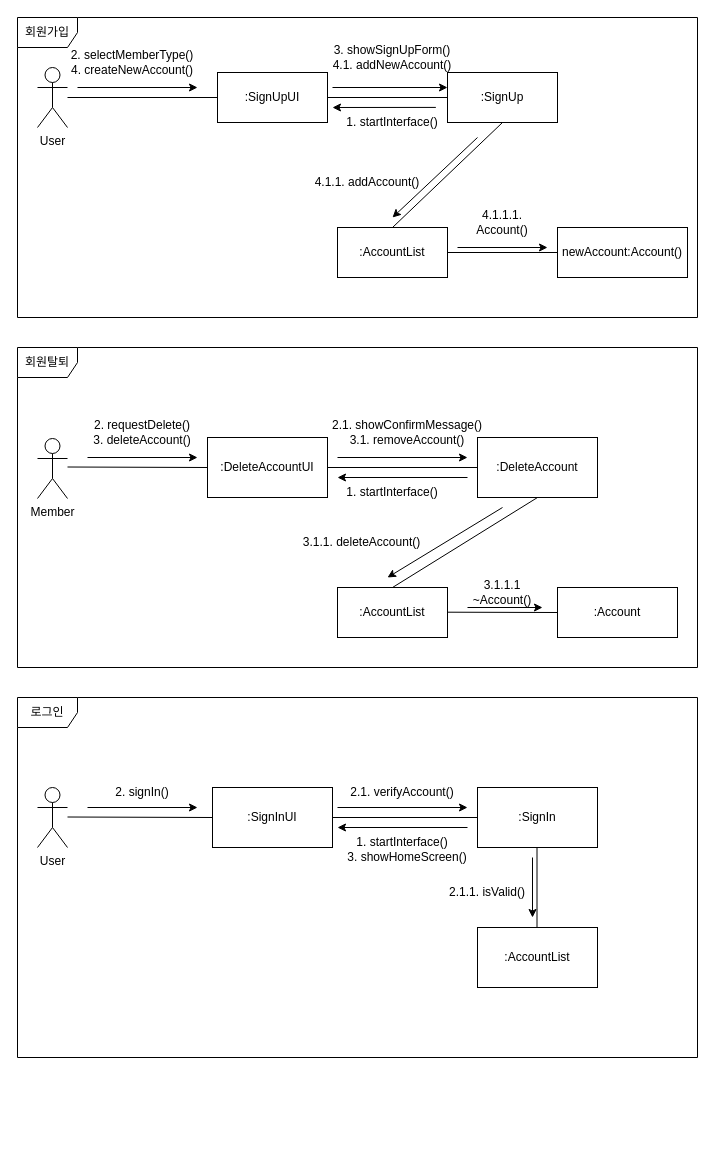
KimTaemin-Git/SE2 keeps this draw.io diagram as page "cd-1" (1 of 2) of user-auth/user-auth-diagram.drawio. Above is the earlier version. Source tidied: cells renumbered, new cells numbered last; positions are measured from the earlier drawing's top-left corner, leaving out a move shared by most shapes. Both pictures are drawn from the tidied source at 100%, with x=0, y=0 at pixel (17, 17).
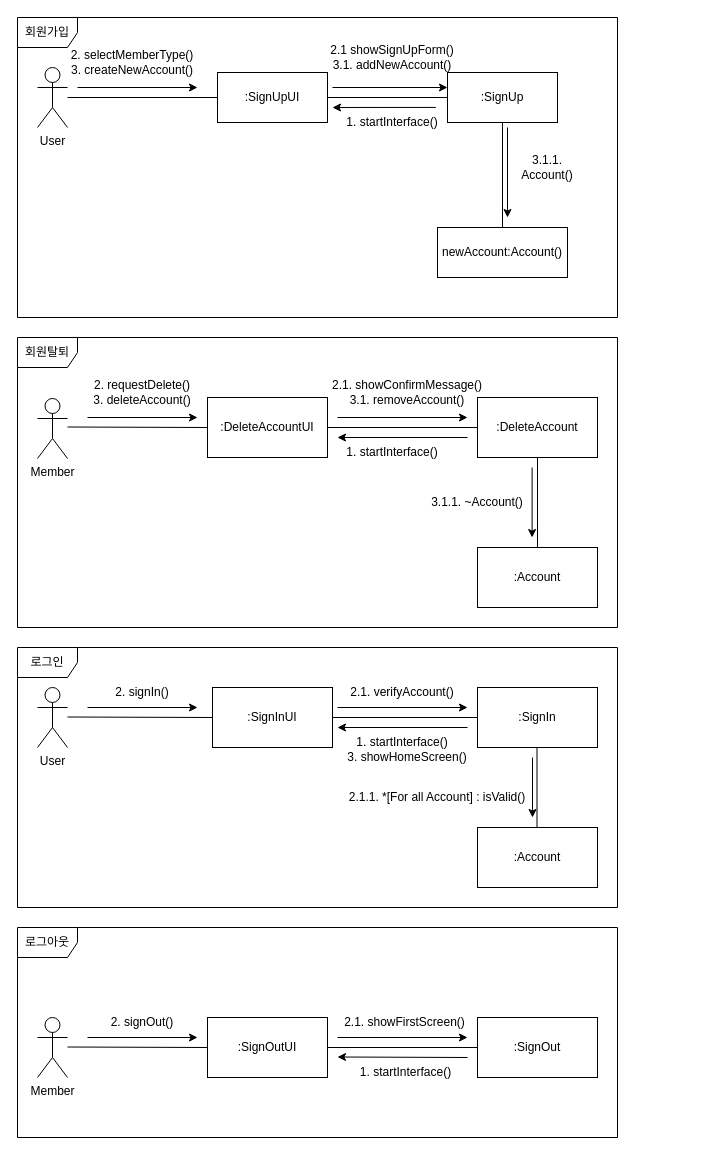
After the change.

The change refers to these unchanged cells:
```xml
<mxCell id="13" value=":SignUp" style="html=1;whiteSpace=wrap;" parent="1" vertex="1">
  <mxGeometry x="430" y="55" width="110" height="50" as="geometry" />
</mxCell>
```

Diff of the diagram source:
```diff
@@
     <mxCell id="2" value="User" style="shape=umlActor;verticalLabelPosition=bottom;verticalAlign=top;html=1;" parent="1" vertex="1">
-      <mxGeometry x="20" y="770" width="30" height="60" as="geometry" />
+      <mxGeometry x="20" y="670" width="30" height="60" as="geometry" />
     </mxCell>
     <mxCell id="3" value=":SignInUI" style="rounded=0;whiteSpace=wrap;html=1;" parent="1" vertex="1">
-      <mxGeometry x="195" y="770" width="120" height="60" as="geometry" />
+      <mxGeometry x="195" y="670" width="120" height="60" as="geometry" />
     </mxCell>
     <mxCell id="4" value=":SignIn" style="rounded=0;whiteSpace=wrap;html=1;" parent="1" vertex="1">
-      <mxGeometry x="460" y="770" width="120" height="60" as="geometry" />
+      <mxGeometry x="460" y="670" width="120" height="60" as="geometry" />
     </mxCell>
     <mxCell id="5" style="endArrow=none;html=1;rounded=0;entryX=0;entryY=0.5;entryDx=0;entryDy=0;" parent="1" edge="1" target="3">
       <mxGeometry relative="1" as="geometry">
-        <mxPoint x="50" y="799.5" as="sourcePoint" />
+        <mxPoint x="50" y="699.5" as="sourcePoint" />
       </mxGeometry>
     </mxCell>
@@
     <mxCell id="7" style="endArrow=classic;html=1;rounded=0;" parent="1" edge="1">
       <mxGeometry relative="1" as="geometry">
-        <mxPoint x="70" y="790" as="sourcePoint" />
-        <mxPoint x="180" y="790" as="targetPoint" />
+        <mxPoint x="70" y="690" as="sourcePoint" />
+        <mxPoint x="180" y="690" as="targetPoint" />
       </mxGeometry>
     </mxCell>
     <mxCell id="8" style="endArrow=classic;html=1;rounded=0;" parent="1" edge="1">
       <mxGeometry relative="1" as="geometry">
-        <mxPoint x="320" y="790" as="sourcePoint" />
-        <mxPoint x="450" y="790" as="targetPoint" />
+        <mxPoint x="320" y="690" as="sourcePoint" />
+        <mxPoint x="450" y="690" as="targetPoint" />
       </mxGeometry>
     </mxCell>
     <mxCell id="9" style="endArrow=classic;html=1;rounded=0;" parent="1" edge="1">
       <mxGeometry relative="1" as="geometry">
-        <mxPoint x="450" y="810" as="sourcePoint" />
-        <mxPoint x="320" y="810" as="targetPoint" />
+        <mxPoint x="450" y="710" as="sourcePoint" />
+        <mxPoint x="320" y="710" as="targetPoint" />
       </mxGeometry>
     </mxCell>
     <mxCell id="10" value="로그인" style="shape=umlFrame;whiteSpace=wrap;html=1;" parent="1" vertex="1">
-      <mxGeometry y="680" width="680" height="360" as="geometry" />
+      <mxGeometry y="630" width="600" height="260" as="geometry" />
     </mxCell>
@@
     <mxCell id="14" value="newAccount:Account()" style="html=1;whiteSpace=wrap;" parent="1" vertex="1">
-      <mxGeometry x="540" y="210" width="130" height="50" as="geometry" />
+      <mxGeometry x="420" y="210" width="130" height="50" as="geometry" />
     </mxCell>
@@
+    <mxCell id="59" style="endArrow=none;html=1;rounded=0;exitX=0.5;exitY=0;exitDx=0;exitDy=0;entryX=0.5;entryY=1;entryDx=0;entryDy=0;" parent="1" edge="1" source="14" target="13">
+      <mxGeometry relative="1" as="geometry" />
+    </mxCell>
@@
+    <mxCell id="60" style="endArrow=classic;html=1;rounded=0;" parent="1" edge="1">
+      <mxGeometry relative="1" as="geometry">
+        <mxPoint x="490" y="110" as="sourcePoint" />
+        <mxPoint x="490" y="200" as="targetPoint" />
+      </mxGeometry>
+    </mxCell>
-    <mxCell id="19" value="2. selectMemberType()&lt;br&gt;4. createNewAccount()" style="text;html=1;strokeColor=none;fillColor=none;align=center;verticalAlign=middle;whiteSpace=wrap;rounded=0;" parent="1" vertex="1">
+    <mxCell id="19" value="2. selectMemberType()&lt;br&gt;3. createNewAccount()" style="text;html=1;strokeColor=none;fillColor=none;align=center;verticalAlign=middle;whiteSpace=wrap;rounded=0;" parent="1" vertex="1">
       <mxGeometry x="50" y="30" width="130" height="30" as="geometry" />
     </mxCell>
-    <mxCell id="20" value="3. showSignUpForm()&lt;br&gt;4.1. addNewAccount()" style="text;html=1;strokeColor=none;fillColor=none;align=center;verticalAlign=middle;whiteSpace=wrap;rounded=0;" parent="1" vertex="1">
+    <mxCell id="20" value="2.1 showSignUpForm()&lt;br&gt;3.1. addNewAccount()" style="text;html=1;strokeColor=none;fillColor=none;align=center;verticalAlign=middle;whiteSpace=wrap;rounded=0;" parent="1" vertex="1">
       <mxGeometry x="285" y="25" width="180" height="30" as="geometry" />
     </mxCell>
-    <mxCell id="21" value="4.1.1.1. Account()" style="text;html=1;strokeColor=none;fillColor=none;align=center;verticalAlign=middle;whiteSpace=wrap;rounded=0;" parent="1" vertex="1">
-      <mxGeometry x="455" y="190" width="60" height="30" as="geometry" />
+    <mxCell id="21" value="3.1.1. Account()" style="text;html=1;strokeColor=none;fillColor=none;align=center;verticalAlign=middle;whiteSpace=wrap;rounded=0;" parent="1" vertex="1">
+      <mxGeometry x="500" y="135" width="60" height="30" as="geometry" />
     </mxCell>
     <mxCell id="22" value="회원가입" style="shape=umlFrame;whiteSpace=wrap;html=1;" parent="1" vertex="1">
-      <mxGeometry width="680" height="300" as="geometry" />
+      <mxGeometry width="600" height="300" as="geometry" />
     </mxCell>
     <mxCell id="23" value="Member" style="shape=umlActor;verticalLabelPosition=bottom;verticalAlign=top;html=1;" parent="1" vertex="1">
-      <mxGeometry x="20" y="421" width="30" height="60" as="geometry" />
+      <mxGeometry x="20" y="381" width="30" height="60" as="geometry" />
     </mxCell>
     <mxCell id="24" value=":DeleteAccountUI" style="rounded=0;whiteSpace=wrap;html=1;" parent="1" vertex="1">
-      <mxGeometry x="190" y="420" width="120" height="60" as="geometry" />
+      <mxGeometry x="190" y="380" width="120" height="60" as="geometry" />
     </mxCell>
     <mxCell id="25" value=":DeleteAccount" style="rounded=0;whiteSpace=wrap;html=1;" parent="1" vertex="1">
-      <mxGeometry x="460" y="420" width="120" height="60" as="geometry" />
+      <mxGeometry x="460" y="380" width="120" height="60" as="geometry" />
     </mxCell>
     <mxCell id="26" value=":Account" style="rounded=0;whiteSpace=wrap;html=1;" parent="1" vertex="1">
-      <mxGeometry x="540" y="570" width="120" height="50" as="geometry" />
+      <mxGeometry x="460" y="530" width="120" height="60" as="geometry" />
     </mxCell>
     <mxCell id="27" style="endArrow=none;html=1;rounded=0;entryX=0;entryY=0.5;entryDx=0;entryDy=0;" parent="1" edge="1" target="24">
       <mxGeometry relative="1" as="geometry">
-        <mxPoint x="50" y="449.5" as="sourcePoint" />
+        <mxPoint x="50" y="409.5" as="sourcePoint" />
       </mxGeometry>
     </mxCell>
@@
+    <mxCell id="61" style="endArrow=none;html=1;rounded=0;exitX=0.5;exitY=0;exitDx=0;exitDy=0;entryX=0.5;entryY=1;entryDx=0;entryDy=0;" parent="1" edge="1" source="26" target="25">
+      <mxGeometry relative="1" as="geometry" />
+    </mxCell>
     <mxCell id="29" style="endArrow=classic;html=1;rounded=0;" parent="1" edge="1">
       <mxGeometry relative="1" as="geometry">
-        <mxPoint x="70" y="440" as="sourcePoint" />
-        <mxPoint x="180" y="440" as="targetPoint" />
+        <mxPoint x="70" y="400" as="sourcePoint" />
+        <mxPoint x="180" y="400" as="targetPoint" />
       </mxGeometry>
     </mxCell>
     <mxCell id="30" style="endArrow=classic;html=1;rounded=0;" parent="1" edge="1">
       <mxGeometry relative="1" as="geometry">
-        <mxPoint x="320" y="440" as="sourcePoint" />
-        <mxPoint x="450" y="440" as="targetPoint" />
+        <mxPoint x="320" y="400" as="sourcePoint" />
+        <mxPoint x="450" y="400" as="targetPoint" />
       </mxGeometry>
     </mxCell>
     <mxCell id="31" style="endArrow=classic;html=1;rounded=0;" parent="1" edge="1">
       <mxGeometry relative="1" as="geometry">
-        <mxPoint x="450" y="460" as="sourcePoint" />
-        <mxPoint x="320" y="460" as="targetPoint" />
+        <mxPoint x="450" y="420" as="sourcePoint" />
+        <mxPoint x="320" y="420" as="targetPoint" />
       </mxGeometry>
     </mxCell>
     <mxCell id="32" style="endArrow=classic;html=1;rounded=0;" parent="1" edge="1">
       <mxGeometry relative="1" as="geometry">
-        <mxPoint x="450" y="590" as="sourcePoint" />
-        <mxPoint x="525" y="590" as="targetPoint" />
+        <mxPoint x="514.6" y="450" as="sourcePoint" />
+        <mxPoint x="514.6" y="520" as="targetPoint" />
       </mxGeometry>
     </mxCell>
     <mxCell id="33" value="회원탈퇴" style="shape=umlFrame;whiteSpace=wrap;html=1;" parent="1" vertex="1">
-      <mxGeometry y="330" width="680" height="320" as="geometry" />
+      <mxGeometry y="320" width="600" height="290" as="geometry" />
     </mxCell>
     <mxCell id="34" value="2. requestDelete()&lt;br&gt;3. deleteAccount()" style="text;html=1;strokeColor=none;fillColor=none;align=center;verticalAlign=middle;whiteSpace=wrap;rounded=0;" parent="1" vertex="1">
-      <mxGeometry x="60" y="400" width="130" height="30" as="geometry" />
+      <mxGeometry x="60" y="360" width="130" height="30" as="geometry" />
     </mxCell>
     <mxCell id="35" value="2.1. showConfirmMessage()&lt;br&gt;3.1. removeAccount()" style="text;html=1;strokeColor=none;fillColor=none;align=center;verticalAlign=middle;whiteSpace=wrap;rounded=0;" parent="1" vertex="1">
-      <mxGeometry x="310" y="400" width="160" height="30" as="geometry" />
+      <mxGeometry x="310" y="360" width="160" height="30" as="geometry" />
     </mxCell>
-    <mxCell id="36" value="3.1.1.1 ~Account()" style="text;html=1;strokeColor=none;fillColor=none;align=center;verticalAlign=middle;whiteSpace=wrap;rounded=0;" parent="1" vertex="1">
-      <mxGeometry x="435" y="560" width="100" height="30" as="geometry" />
+    <mxCell id="36" value="3.1.1. ~Account()" style="text;html=1;strokeColor=none;fillColor=none;align=center;verticalAlign=middle;whiteSpace=wrap;rounded=0;" parent="1" vertex="1">
+      <mxGeometry x="410" y="470" width="100" height="30" as="geometry" />
     </mxCell>
     <mxCell id="37" value="2. signIn()" style="text;html=1;strokeColor=none;fillColor=none;align=center;verticalAlign=middle;whiteSpace=wrap;rounded=0;" parent="1" vertex="1">
-      <mxGeometry x="80" y="760" width="90" height="30" as="geometry" />
+      <mxGeometry x="80" y="660" width="90" height="30" as="geometry" />
     </mxCell>
     <mxCell id="38" value="2.1. verifyAccount()" style="text;html=1;strokeColor=none;fillColor=none;align=center;verticalAlign=middle;whiteSpace=wrap;rounded=0;" parent="1" vertex="1">
-      <mxGeometry x="310" y="760" width="150" height="30" as="geometry" />
+      <mxGeometry x="310" y="660" width="150" height="30" as="geometry" />
     </mxCell>
     <mxCell id="39" value="3. showHomeScreen()" style="text;html=1;strokeColor=none;fillColor=none;align=center;verticalAlign=middle;whiteSpace=wrap;rounded=0;" parent="1" vertex="1">
-      <mxGeometry x="315" y="830" width="150" height="20" as="geometry" />
+      <mxGeometry x="315" y="730" width="150" height="20" as="geometry" />
     </mxCell>
     <mxCell id="40" value="1. startInterface()" style="text;html=1;strokeColor=none;fillColor=none;align=center;verticalAlign=middle;whiteSpace=wrap;rounded=0;" parent="1" vertex="1">
-      <mxGeometry x="310" y="810" width="150" height="30" as="geometry" />
+      <mxGeometry x="310" y="710" width="150" height="30" as="geometry" />
     </mxCell>
@@
     <mxCell id="42" value="1. startInterface()" style="text;html=1;strokeColor=none;fillColor=none;align=center;verticalAlign=middle;whiteSpace=wrap;rounded=0;" parent="1" vertex="1">
-      <mxGeometry x="300" y="460" width="150" height="30" as="geometry" />
+      <mxGeometry x="300" y="420" width="150" height="30" as="geometry" />
     </mxCell>
@@
-    <mxCell id="44" value=":AccountList" style="rounded=0;whiteSpace=wrap;html=1;" parent="1" vertex="1">
-      <mxGeometry x="460" y="910" width="120" height="60" as="geometry" />
+    <mxCell id="44" value=":Account" style="rounded=0;whiteSpace=wrap;html=1;" parent="1" vertex="1">
+      <mxGeometry x="460" y="810" width="120" height="60" as="geometry" />
     </mxCell>
     <mxCell id="45" style="endArrow=none;html=1;rounded=0;entryX=0.5;entryY=1;entryDx=0;entryDy=0;" parent="1" edge="1">
       <mxGeometry relative="1" as="geometry">
-        <mxPoint x="519.5" y="910" as="sourcePoint" />
-        <mxPoint x="519.5" y="830" as="targetPoint" />
+        <mxPoint x="519.5" y="810" as="sourcePoint" />
+        <mxPoint x="519.5" y="730" as="targetPoint" />
       </mxGeometry>
     </mxCell>
-    <mxCell id="46" value="2.1.1. isValid()" style="text;html=1;strokeColor=none;fillColor=none;align=center;verticalAlign=middle;whiteSpace=wrap;rounded=0;" parent="1" vertex="1">
-      <mxGeometry x="370" y="860" width="200" height="30" as="geometry" />
+    <mxCell id="46" value="2.1.1. *[For all Account] : isValid()" style="text;html=1;strokeColor=none;fillColor=none;align=center;verticalAlign=middle;whiteSpace=wrap;rounded=0;" parent="1" vertex="1">
+      <mxGeometry x="320" y="770" width="200" height="20" as="geometry" />
     </mxCell>
     <mxCell id="47" style="endArrow=classic;html=1;rounded=0;" parent="1" edge="1">
       <mxGeometry relative="1" as="geometry">
-        <mxPoint x="515" y="840" as="sourcePoint" />
-        <mxPoint x="515" y="900" as="targetPoint" />
+        <mxPoint x="515" y="740" as="sourcePoint" />
+        <mxPoint x="515" y="800" as="targetPoint" />
       </mxGeometry>
     </mxCell>
-    <mxCell id="48" value=":AccountList" style="html=1;whiteSpace=wrap;" parent="1" vertex="1">
-      <mxGeometry x="320" y="210" width="110" height="50" as="geometry" />
-    </mxCell>
-    <mxCell id="49" style="endArrow=classic;html=1;rounded=0;" parent="1" edge="1">
-      <mxGeometry relative="1" as="geometry">
-        <mxPoint x="460" y="120" as="sourcePoint" />
-        <mxPoint x="375" y="200" as="targetPoint" />
-      </mxGeometry>
-    </mxCell>
-    <mxCell id="50" style="endArrow=none;html=1;rounded=0;exitX=0.5;exitY=0;exitDx=0;exitDy=0;" parent="1" edge="1" source="48">
-      <mxGeometry relative="1" as="geometry">
-        <mxPoint x="485" y="105" as="targetPoint" />
-      </mxGeometry>
-    </mxCell>
-    <mxCell id="51" value="4.1.1. addAccount()" style="text;html=1;strokeColor=none;fillColor=none;align=center;verticalAlign=middle;whiteSpace=wrap;rounded=0;" parent="1" vertex="1">
-      <mxGeometry x="290" y="150" width="120" height="30" as="geometry" />
-    </mxCell>
-    <mxCell id="52" value=":AccountList" style="html=1;whiteSpace=wrap;" parent="1" vertex="1">
-      <mxGeometry x="320" y="570" width="110" height="50" as="geometry" />
-    </mxCell>
-    <mxCell id="53" style="endArrow=none;html=1;rounded=0;exitX=0.5;exitY=0;exitDx=0;exitDy=0;" parent="1" edge="1" source="52">
-      <mxGeometry relative="1" as="geometry">
-        <mxPoint x="520" y="480" as="targetPoint" />
-      </mxGeometry>
-    </mxCell>
-    <mxCell id="54" style="endArrow=classic;html=1;rounded=0;" parent="1" edge="1">
-      <mxGeometry relative="1" as="geometry">
-        <mxPoint x="485" y="490" as="sourcePoint" />
-        <mxPoint x="370" y="560" as="targetPoint" />
-      </mxGeometry>
-    </mxCell>
-    <mxCell id="55" value="3.1.1. deleteAccount()" style="text;html=1;strokeColor=none;fillColor=none;align=center;verticalAlign=middle;whiteSpace=wrap;rounded=0;" parent="1" vertex="1">
-      <mxGeometry x="282" y="510" width="125" height="30" as="geometry" />
-    </mxCell>
-    <mxCell id="56" style="endArrow=classic;html=1;rounded=0;exitX=1;exitY=0.5;exitDx=0;exitDy=0;" parent="1" edge="1">
-      <mxGeometry relative="1" as="geometry">
-        <mxPoint x="440" y="230" as="sourcePoint" />
-        <mxPoint x="530" y="230" as="targetPoint" />
-      </mxGeometry>
-    </mxCell>
-    <mxCell id="57" style="endArrow=none;html=1;rounded=0;exitX=1;exitY=0.5;exitDx=0;exitDy=0;entryX=0;entryY=0.5;entryDx=0;entryDy=0;" parent="1" edge="1" source="48" target="14">
-      <mxGeometry relative="1" as="geometry" />
-    </mxCell>
-    <mxCell id="58" style="endArrow=none;html=1;rounded=0;exitX=1;exitY=0.5;exitDx=0;exitDy=0;entryX=0;entryY=0.5;entryDx=0;entryDy=0;" parent="1" edge="1" target="26">
-      <mxGeometry relative="1" as="geometry">
-        <mxPoint x="430" y="594.7" as="sourcePoint" />
-      </mxGeometry>
-    </mxCell>
+    <mxCell id="62" value="Member" style="shape=umlActor;verticalLabelPosition=bottom;verticalAlign=top;html=1;" parent="1" vertex="1">
+      <mxGeometry x="20" y="1000" width="30" height="60" as="geometry" />
+    </mxCell>
+    <mxCell id="63" value=":SignOutUI" style="rounded=0;whiteSpace=wrap;html=1;" parent="1" vertex="1">
+      <mxGeometry x="190" y="1000" width="120" height="60" as="geometry" />
+    </mxCell>
+    <mxCell id="64" value=":SignOut" style="rounded=0;whiteSpace=wrap;html=1;" parent="1" vertex="1">
+      <mxGeometry x="460" y="1000" width="120" height="60" as="geometry" />
+    </mxCell>
+    <mxCell id="65" style="endArrow=none;html=1;rounded=0;entryX=0;entryY=0.5;entryDx=0;entryDy=0;" parent="1" edge="1" target="63">
+      <mxGeometry relative="1" as="geometry">
+        <mxPoint x="50" y="1029.5" as="sourcePoint" />
+      </mxGeometry>
+    </mxCell>
+    <mxCell id="66" style="endArrow=none;html=1;rounded=0;entryX=0;entryY=0.5;entryDx=0;entryDy=0;exitX=1;exitY=0.5;exitDx=0;exitDy=0;" parent="1" edge="1" source="63" target="64">
+      <mxGeometry relative="1" as="geometry" />
+    </mxCell>
+    <mxCell id="67" style="endArrow=classic;html=1;rounded=0;" parent="1" edge="1">
+      <mxGeometry relative="1" as="geometry">
+        <mxPoint x="70" y="1020" as="sourcePoint" />
+        <mxPoint x="180" y="1020" as="targetPoint" />
+      </mxGeometry>
+    </mxCell>
+    <mxCell id="68" style="endArrow=classic;html=1;rounded=0;" parent="1" edge="1">
+      <mxGeometry relative="1" as="geometry">
+        <mxPoint x="320" y="1020" as="sourcePoint" />
+        <mxPoint x="450" y="1020" as="targetPoint" />
+      </mxGeometry>
+    </mxCell>
+    <mxCell id="69" value="로그아웃" style="shape=umlFrame;whiteSpace=wrap;html=1;" parent="1" vertex="1">
+      <mxGeometry y="910" width="600" height="210" as="geometry" />
+    </mxCell>
+    <mxCell id="70" value="2. signOut()" style="text;html=1;strokeColor=none;fillColor=none;align=center;verticalAlign=middle;whiteSpace=wrap;rounded=0;" parent="1" vertex="1">
+      <mxGeometry x="90" y="990" width="70" height="30" as="geometry" />
+    </mxCell>
+    <mxCell id="71" value="2.1. showFirstScreen()" style="text;html=1;strokeColor=none;fillColor=none;align=center;verticalAlign=middle;whiteSpace=wrap;rounded=0;" parent="1" vertex="1">
+      <mxGeometry x="320" y="990" width="135" height="30" as="geometry" />
+    </mxCell>
+    <mxCell id="72" style="endArrow=classic;html=1;rounded=0;" parent="1" edge="1">
+      <mxGeometry relative="1" as="geometry">
+        <mxPoint x="450" y="1040" as="sourcePoint" />
+        <mxPoint x="320" y="1039.5" as="targetPoint" />
+      </mxGeometry>
+    </mxCell>
+    <mxCell id="73" value="1. startInterface()" style="text;html=1;strokeColor=none;fillColor=none;align=center;verticalAlign=middle;whiteSpace=wrap;rounded=0;" parent="1" vertex="1">
+      <mxGeometry x="321" y="1040" width="135" height="30" as="geometry" />
+    </mxCell>
```
